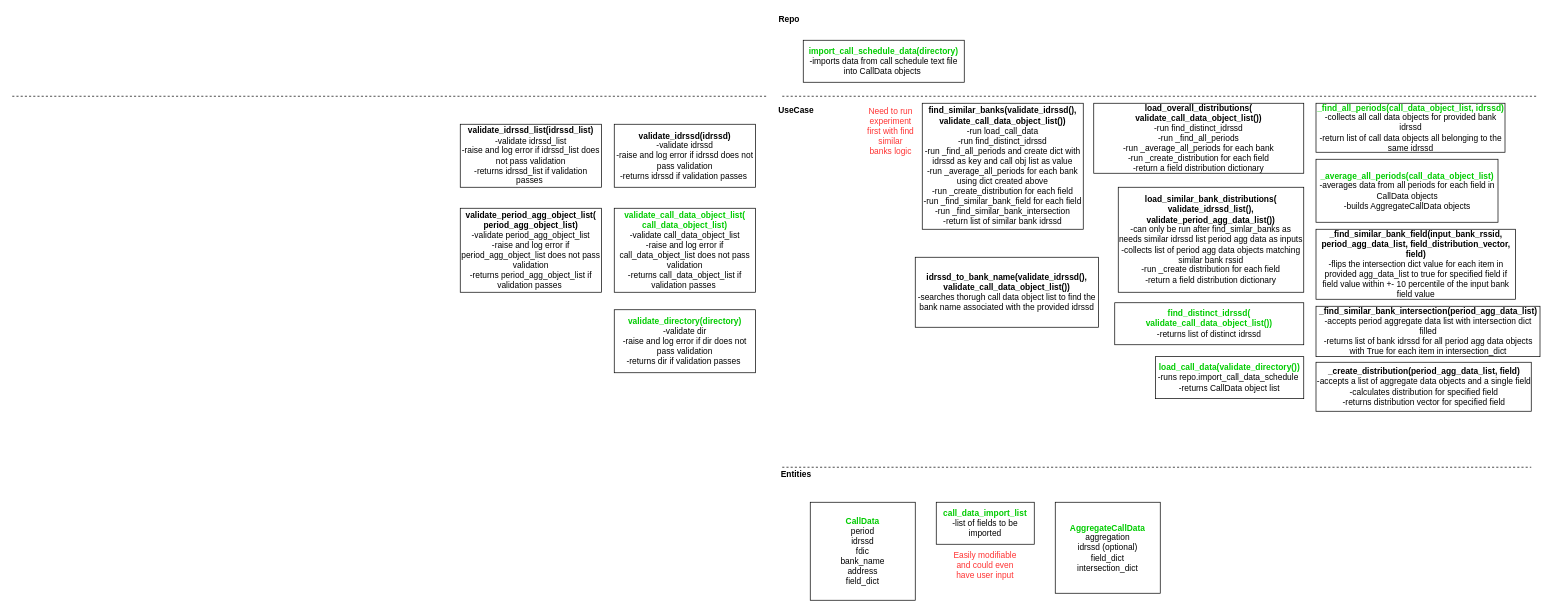
This is page "architecture" (1 of 4) of architecture/bank_like_x_architecture.drawio from JasonBrauer/banklikex, a draw.io file, before an edit. Source tidied: cells renumbered, new cells numbered last; positions are measured from the earlier drawing's top-left corner, leaving out a move shared by most shapes. Both pictures are drawn from the tidied source at 70%, with x=0, y=0 at pixel (12, 12).
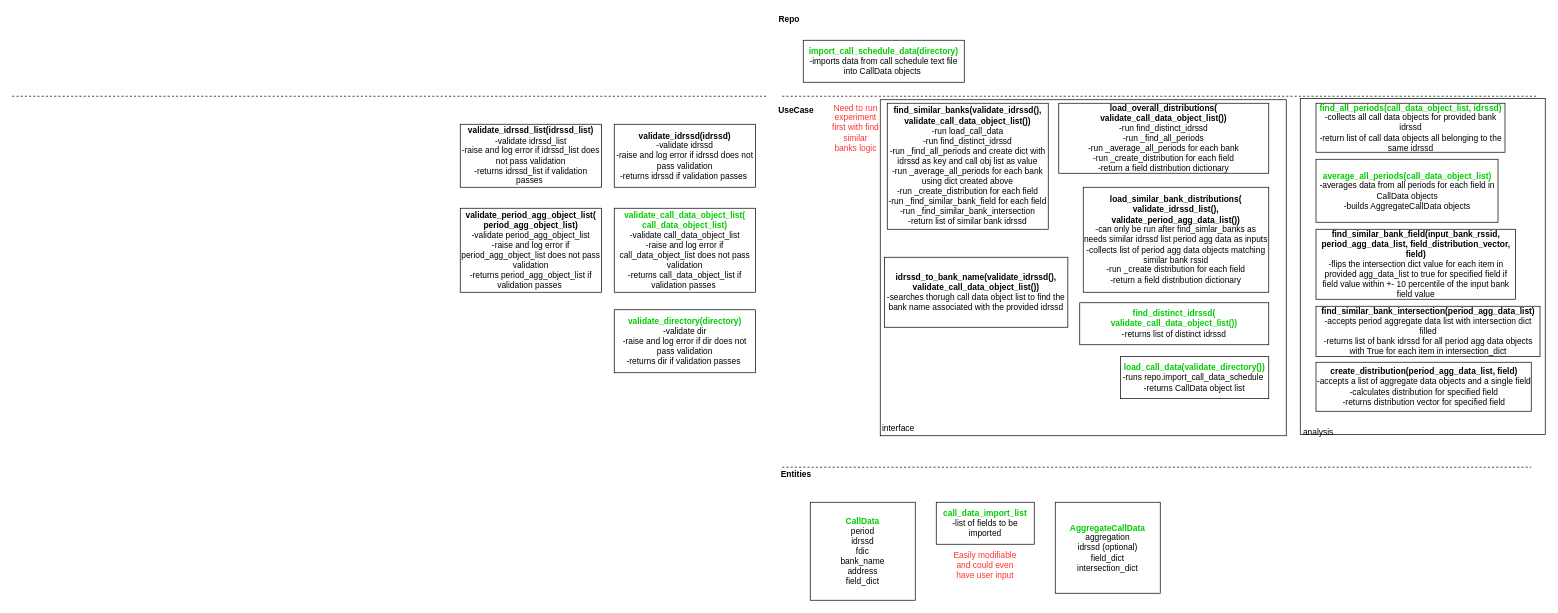
After the change.

Commit message:
function grouping

Diff of the diagram source:
```diff
@@
+    <mxCell id="30" style="rounded=0;whiteSpace=wrap;html=1;" parent="1" vertex="1">
+      <mxGeometry x="1240" y="125" width="580" height="480" as="geometry" />
+    </mxCell>
+    <mxCell id="31" style="rounded=0;whiteSpace=wrap;html=1;" parent="1" vertex="1">
+      <mxGeometry x="1840" y="123" width="350" height="480" as="geometry" />
+    </mxCell>
@@
-    <mxCell id="7" value="&lt;b&gt;&lt;font color=&quot;#00cc00&quot;&gt;_average_all_periods(call_data_object_list)&lt;/font&gt;&lt;/b&gt;&lt;br&gt;-averages data from all periods for each field in CallData objects&lt;br&gt;-builds AggregateCallData objects" style="rounded=0;whiteSpace=wrap;html=1;" parent="1" vertex="1">
+    <mxCell id="7" value="&lt;b&gt;&lt;font color=&quot;#00cc00&quot;&gt;average_all_periods(call_data_object_list)&lt;/font&gt;&lt;/b&gt;&lt;br&gt;-averages data from all periods for each field in CallData objects&lt;br&gt;-builds AggregateCallData objects" style="rounded=0;whiteSpace=wrap;html=1;" parent="1" vertex="1">
       <mxGeometry x="1862.5" y="210" width="260" height="90" as="geometry" />
     </mxCell>
@@
     <mxCell id="9" value="&lt;b&gt;find_similar_banks(validate_idrssd(), validate_call_data_object_list())&lt;/b&gt;&lt;br&gt;-run load_call_data&lt;br&gt;-run find_distinct_idrssd&lt;br&gt;-run _find_all_periods and create dict with idrssd as key and call obj list as value&lt;br&gt;-run _average_all_periods for each bank using dict created above&lt;br&gt;-run _create_distribution for each field&lt;br&gt;-run _find_similar_bank_field for each field&lt;br&gt;-run _find_similar_bank_intersection&lt;br&gt;-return list of similar bank idrssd" style="rounded=0;whiteSpace=wrap;html=1;" parent="1" vertex="1">
-      <mxGeometry x="1300" y="130" width="230" height="180" as="geometry" />
+      <mxGeometry x="1250" y="130" width="230" height="180" as="geometry" />
     </mxCell>
     <mxCell id="10" value="&lt;b&gt;load_overall_distributions(&lt;br&gt;validate_call_data_object_list())&lt;br&gt;&lt;/b&gt;-run find_distinct_idrssd&lt;br&gt;-run _find_all_periods&lt;br&gt;-run _average_all_periods for each bank&lt;br&gt;-run _create_distribution for each field&lt;br&gt;-return a field distribution dictionary&lt;b&gt;&lt;br&gt;&lt;/b&gt;" style="rounded=0;whiteSpace=wrap;html=1;" parent="1" vertex="1">
-      <mxGeometry x="1545" y="130" width="300" height="100" as="geometry" />
+      <mxGeometry x="1495" y="130" width="300" height="100" as="geometry" />
     </mxCell>
     <mxCell id="11" value="&lt;b&gt;load_similar_bank_distributions(&lt;br&gt;validate_idrssd_list(), validate_period_agg_data_list())&lt;br&gt;&lt;/b&gt;-can only be run after find_simlar_banks as needs similar idrssd list period agg data as inputs&lt;br&gt;-collects list of period agg data objects matching similar bank rssid&lt;br&gt;-run _create distribution for each field&lt;br&gt;-return a field distribution dictionary" style="rounded=0;whiteSpace=wrap;html=1;" parent="1" vertex="1">
-      <mxGeometry x="1580" y="250" width="265" height="150" as="geometry" />
+      <mxGeometry x="1530" y="250" width="265" height="150" as="geometry" />
     </mxCell>
-    <mxCell id="12" value="&lt;b&gt;_create_distribution(period_agg_data_list, field)&lt;/b&gt;&lt;br&gt;-accepts a list of aggregate data objects and a single field&lt;br&gt;-calculates distribution for specified field&lt;br&gt;-returns distribution vector for specified field" style="rounded=0;whiteSpace=wrap;html=1;" parent="1" vertex="1">
+    <mxCell id="12" value="&lt;b&gt;create_distribution(period_agg_data_list, field)&lt;/b&gt;&lt;br&gt;-accepts a list of aggregate data objects and a single field&lt;br&gt;-calculates distribution for specified field&lt;br&gt;-returns distribution vector for specified field" style="rounded=0;whiteSpace=wrap;html=1;" parent="1" vertex="1">
       <mxGeometry x="1862.5" y="500" width="307.5" height="70" as="geometry" />
     </mxCell>
-    <mxCell id="13" value="&lt;b&gt;&lt;font color=&quot;#00cc00&quot;&gt;_find_all_periods(call_data_object_list, idrssd)&lt;/font&gt;&lt;/b&gt;&lt;br&gt;-collects all call data objects for provided bank idrssd&lt;br&gt;-return list of call data objects all belonging to the same idrssd" style="rounded=0;whiteSpace=wrap;html=1;" parent="1" vertex="1">
+    <mxCell id="13" value="&lt;b&gt;&lt;font color=&quot;#00cc00&quot;&gt;find_all_periods(call_data_object_list, idrssd)&lt;/font&gt;&lt;/b&gt;&lt;br&gt;-collects all call data objects for provided bank idrssd&lt;br&gt;-return list of call data objects all belonging to the same idrssd" style="rounded=0;whiteSpace=wrap;html=1;" parent="1" vertex="1">
       <mxGeometry x="1862.5" y="130" width="270" height="70" as="geometry" />
     </mxCell>
     <mxCell id="14" value="&lt;b&gt;&lt;font color=&quot;#00cc00&quot;&gt;find_distinct_idrssd(&lt;br&gt;validate_call_data_object_list())&lt;/font&gt;&lt;/b&gt;&lt;br&gt;-returns list of distinct idrssd" style="rounded=0;whiteSpace=wrap;html=1;" parent="1" vertex="1">
-      <mxGeometry x="1575" y="415" width="270" height="60" as="geometry" />
+      <mxGeometry x="1525" y="415" width="270" height="60" as="geometry" />
     </mxCell>
@@
-    <mxCell id="18" value="&lt;b&gt;_find_similar_bank_field(input_bank_rssid, period_agg_data_list, field_distribution_vector, field)&lt;/b&gt;&lt;br&gt;-flips the intersection dict value for each item in provided agg_data_list to true for specified field if field value within +- 10 percentile of the input bank field value" style="rounded=0;whiteSpace=wrap;html=1;" parent="1" vertex="1">
+    <mxCell id="18" value="&lt;b&gt;find_similar_bank_field(input_bank_rssid, period_agg_data_list, field_distribution_vector, field)&lt;/b&gt;&lt;br&gt;-flips the intersection dict value for each item in provided agg_data_list to true for specified field if field value within +- 10 percentile of the input bank field value" style="rounded=0;whiteSpace=wrap;html=1;" parent="1" vertex="1">
       <mxGeometry x="1862.5" y="310" width="285" height="100" as="geometry" />
     </mxCell>
-    <mxCell id="19" value="&lt;b&gt;_find_similar_bank_intersection(period_agg_data_list)&lt;/b&gt;&lt;br&gt;-accepts period aggregate data list with intersection dict filled&lt;br&gt;-returns list of bank idrssd for all period agg data objects with True for each item in intersection_dict" style="rounded=0;whiteSpace=wrap;html=1;" parent="1" vertex="1">
+    <mxCell id="19" value="&lt;b&gt;find_similar_bank_intersection(period_agg_data_list)&lt;/b&gt;&lt;br&gt;-accepts period aggregate data list with intersection dict filled&lt;br&gt;-returns list of bank idrssd for all period agg data objects with True for each item in intersection_dict" style="rounded=0;whiteSpace=wrap;html=1;" parent="1" vertex="1">
       <mxGeometry x="1862.5" y="420" width="320" height="72" as="geometry" />
     </mxCell>
     <mxCell id="20" value="&lt;b&gt;&lt;font color=&quot;#00cc00&quot;&gt;load_call_data(validate_directory())&lt;/font&gt;&lt;/b&gt;&lt;br&gt;-runs repo.import_call_data_schedule&amp;nbsp;&lt;br&gt;-returns CallData object list" style="rounded=0;whiteSpace=wrap;html=1;" parent="1" vertex="1">
-      <mxGeometry x="1633" y="492" width="212" height="60" as="geometry" />
+      <mxGeometry x="1583" y="492" width="212" height="60" as="geometry" />
     </mxCell>
     <mxCell id="21" value="Need to run experiment first with find similar banks logic" style="text;html=1;strokeColor=none;fillColor=none;align=center;verticalAlign=middle;whiteSpace=wrap;rounded=0;fontColor=#FF3333;" parent="1" vertex="1">
-      <mxGeometry x="1220" y="130" width="70" height="80" as="geometry" />
+      <mxGeometry x="1170" y="125" width="70" height="80" as="geometry" />
     </mxCell>
@@
     <mxCell id="23" value="&lt;b&gt;idrssd_to_bank_name(validate_idrssd(), validate_call_data_object_list())&lt;/b&gt;&lt;br&gt;-searches thorugh call data object list to find the bank name associated with the provided idrssd" style="rounded=0;whiteSpace=wrap;html=1;" parent="1" vertex="1">
-      <mxGeometry x="1290" y="350" width="262" height="100" as="geometry" />
+      <mxGeometry x="1246" y="350" width="262" height="100" as="geometry" />
     </mxCell>
@@
+    <mxCell id="32" value="analysis" style="text;html=1;strokeColor=none;fillColor=none;align=center;verticalAlign=middle;whiteSpace=wrap;rounded=0;" parent="1" vertex="1">
+      <mxGeometry x="1846" y="590" width="40" height="20" as="geometry" />
+    </mxCell>
+    <mxCell id="33" value="interface" style="text;html=1;strokeColor=none;fillColor=none;align=center;verticalAlign=middle;whiteSpace=wrap;rounded=0;" parent="1" vertex="1">
+      <mxGeometry x="1246" y="585" width="40" height="20" as="geometry" />
+    </mxCell>
```
